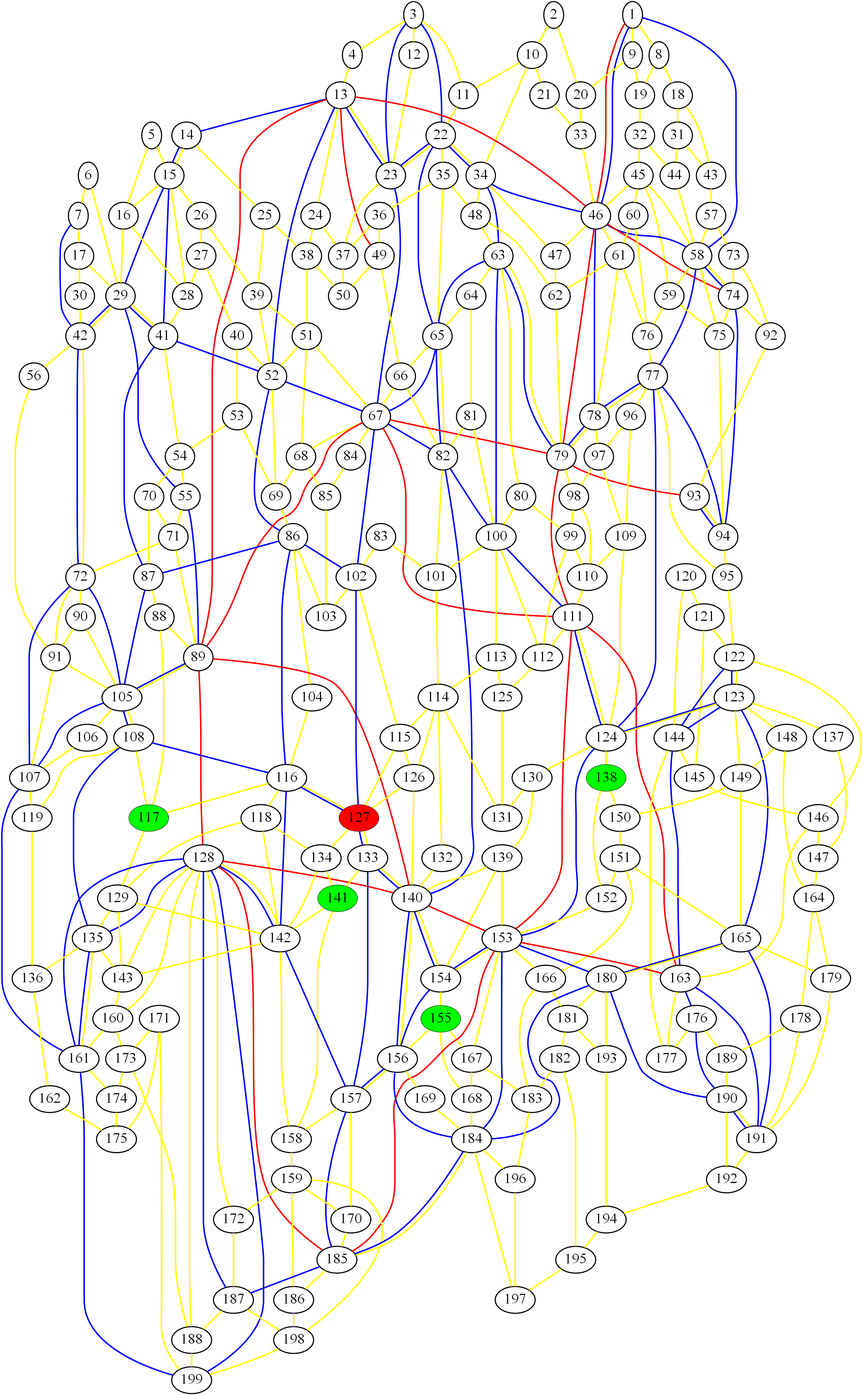
Earlier version of the Graphviz export graph_1.png (ed-churchill/complex-systems-project). Its source is kept beside it as graph_1.gv.
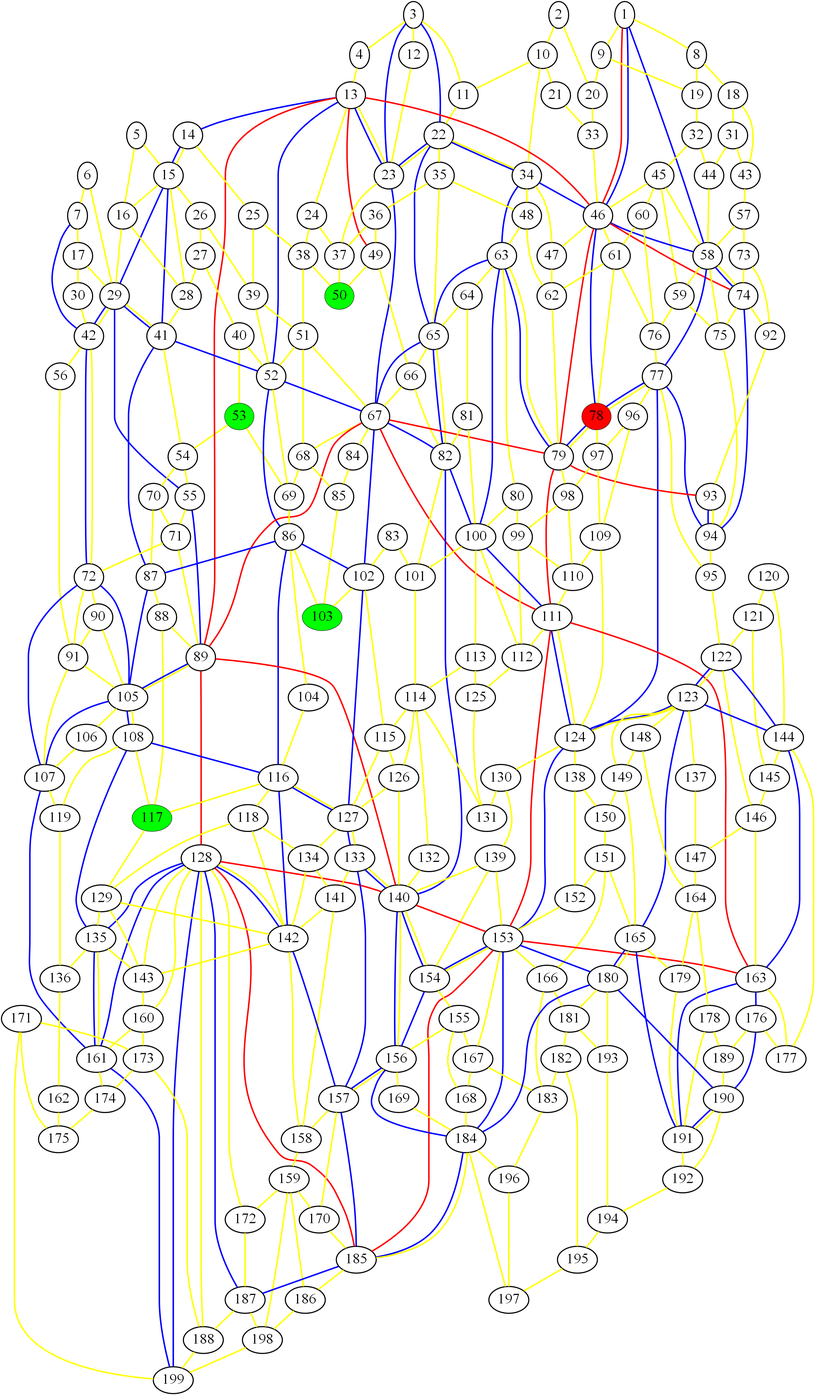
The same file after the commit.

Change to the diagram source:
```diff
@@ -1,9 +1,9 @@
 graph london_graph {
-127 [fillcolor=red, fontsize=40, pendwidth=3, style=filled];
+78 [fillcolor=red, fontsize=40, pendwidth=3, style=filled];
 117 [fillcolor=green, fontsize=40, pendwidth=3, style=filled];
-138 [fillcolor=green, fontsize=40, pendwidth=3, style=filled];
-155 [fillcolor=green, fontsize=40, pendwidth=3, style=filled];
-141 [fillcolor=green, fontsize=40, pendwidth=3, style=filled];
+50 [fillcolor=green, fontsize=40, pendwidth=3, style=filled];
+53 [fillcolor=green, fontsize=40, pendwidth=3, style=filled];
+103 [fillcolor=green, fontsize=40, pendwidth=3, style=filled];
 1 [fontsize=40, penwidth=3];
 2 [fontsize=40, penwidth=3];
 3 [fontsize=40, penwidth=3];
@@ -53,10 +53,8 @@
 47 [fontsize=40, penwidth=3];
 48 [fontsize=40, penwidth=3];
 49 [fontsize=40, penwidth=3];
-50 [fontsize=40, penwidth=3];
 51 [fontsize=40, penwidth=3];
 52 [fontsize=40, penwidth=3];
-53 [fontsize=40, penwidth=3];
 54 [fontsize=40, penwidth=3];
 55 [fontsize=40, penwidth=3];
 56 [fontsize=40, penwidth=3];
@@ -81,7 +79,6 @@
 75 [fontsize=40, penwidth=3];
 76 [fontsize=40, penwidth=3];
 77 [fontsize=40, penwidth=3];
-78 [fontsize=40, penwidth=3];
 79 [fontsize=40, penwidth=3];
 80 [fontsize=40, penwidth=3];
 81 [fontsize=40, penwidth=3];
@@ -106,7 +103,6 @@
 100 [fontsize=40, penwidth=3];
 101 [fontsize=40, penwidth=3];
 102 [fontsize=40, penwidth=3];
-103 [fontsize=40, penwidth=3];
 104 [fontsize=40, penwidth=3];
 105 [fontsize=40, penwidth=3];
 106 [fontsize=40, penwidth=3];
@@ -129,6 +125,7 @@
 124 [fontsize=40, penwidth=3];
 125 [fontsize=40, penwidth=3];
 126 [fontsize=40, penwidth=3];
+127 [fontsize=40, penwidth=3];
 128 [fontsize=40, penwidth=3];
 129 [fontsize=40, penwidth=3];
 130 [fontsize=40, penwidth=3];
@@ -139,8 +136,10 @@
 135 [fontsize=40, penwidth=3];
 136 [fontsize=40, penwidth=3];
 137 [fontsize=40, penwidth=3];
+138 [fontsize=40, penwidth=3];
 139 [fontsize=40, penwidth=3];
 140 [fontsize=40, penwidth=3];
+141 [fontsize=40, penwidth=3];
 142 [fontsize=40, penwidth=3];
 143 [fontsize=40, penwidth=3];
 144 [fontsize=40, penwidth=3];
@@ -154,6 +153,7 @@
 152 [fontsize=40, penwidth=3];
 153 [fontsize=40, penwidth=3];
 154 [fontsize=40, penwidth=3];
+155 [fontsize=40, penwidth=3];
 156 [fontsize=40, penwidth=3];
 157 [fontsize=40, penwidth=3];
 158 [fontsize=40, penwidth=3];
```
